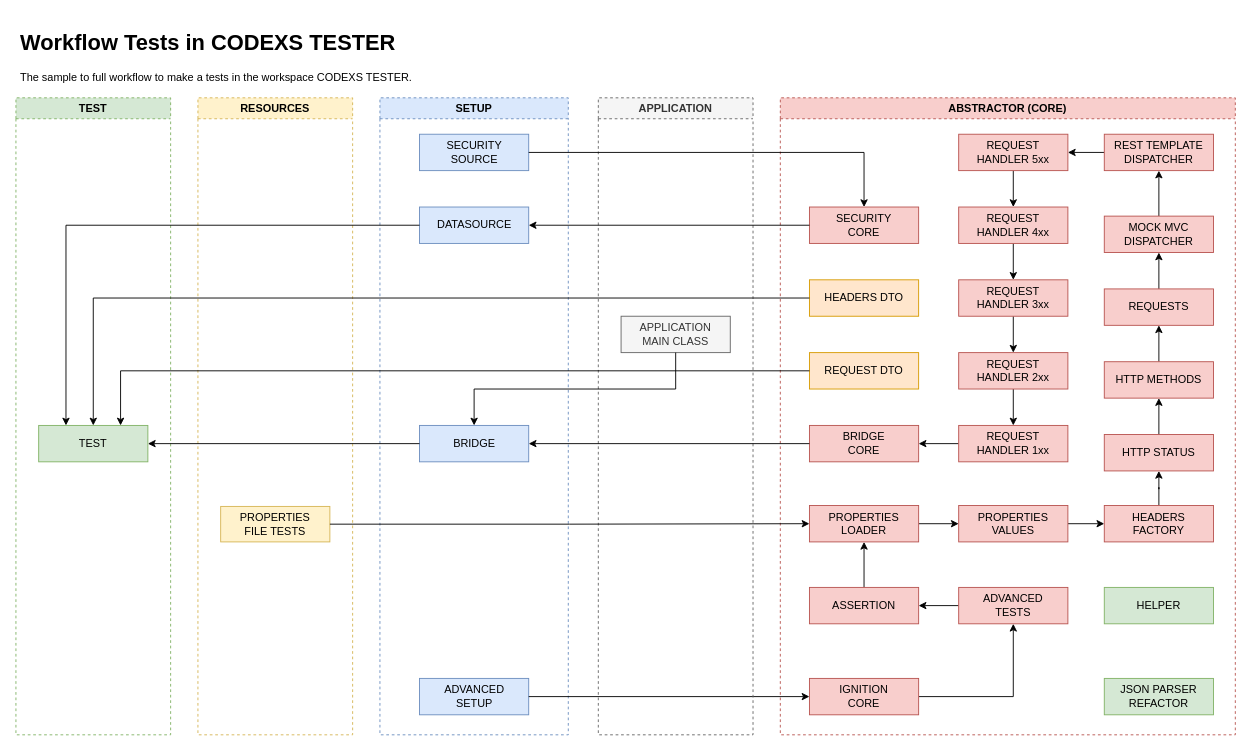
The draw.io diagram page "Full" (3 of 4) of data/midias/release_1.0.5/codexstester-diagram-flow-release_1.0.5.drawio in huntercodexs/codexstester, before the edit. Source tidied: cells renumbered, new cells numbered last; positions are measured from the earlier drawing's top-left corner, leaving out a move shared by most shapes. Both pictures are drawn from the tidied source at 91%, with x=0, y=0 at pixel (15, 25).
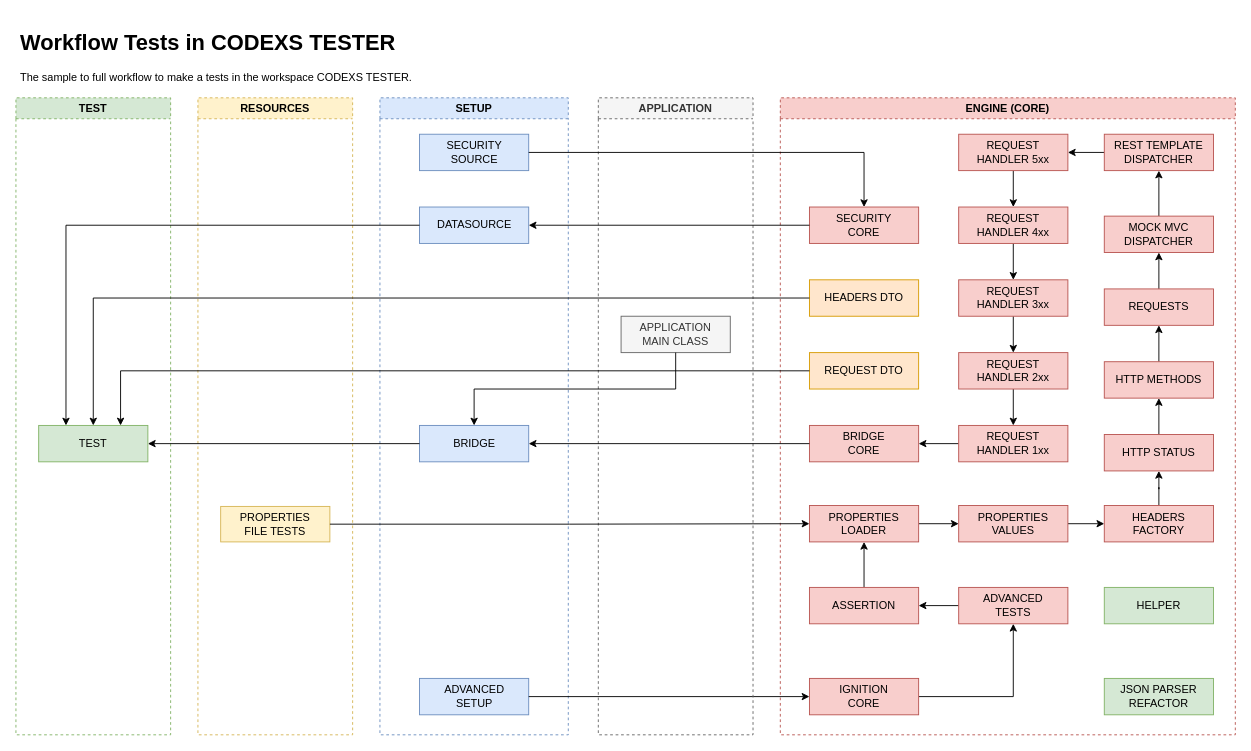
The same page after the edit.

Change to the diagram source:
```diff
@@
-    <mxCell id="10" value="ABSTRACTOR (CORE)" style="swimlane;whiteSpace=wrap;html=1;dashed=1;fillColor=#f8cecc;strokeColor=#b85450;" parent="1" vertex="1">
+    <mxCell id="10" value="ENGINE (CORE)" style="swimlane;whiteSpace=wrap;html=1;dashed=1;fillColor=#f8cecc;strokeColor=#b85450;" parent="1" vertex="1">
       <mxGeometry x="840" y="80" width="500" height="700" as="geometry" />
     </mxCell>
```
